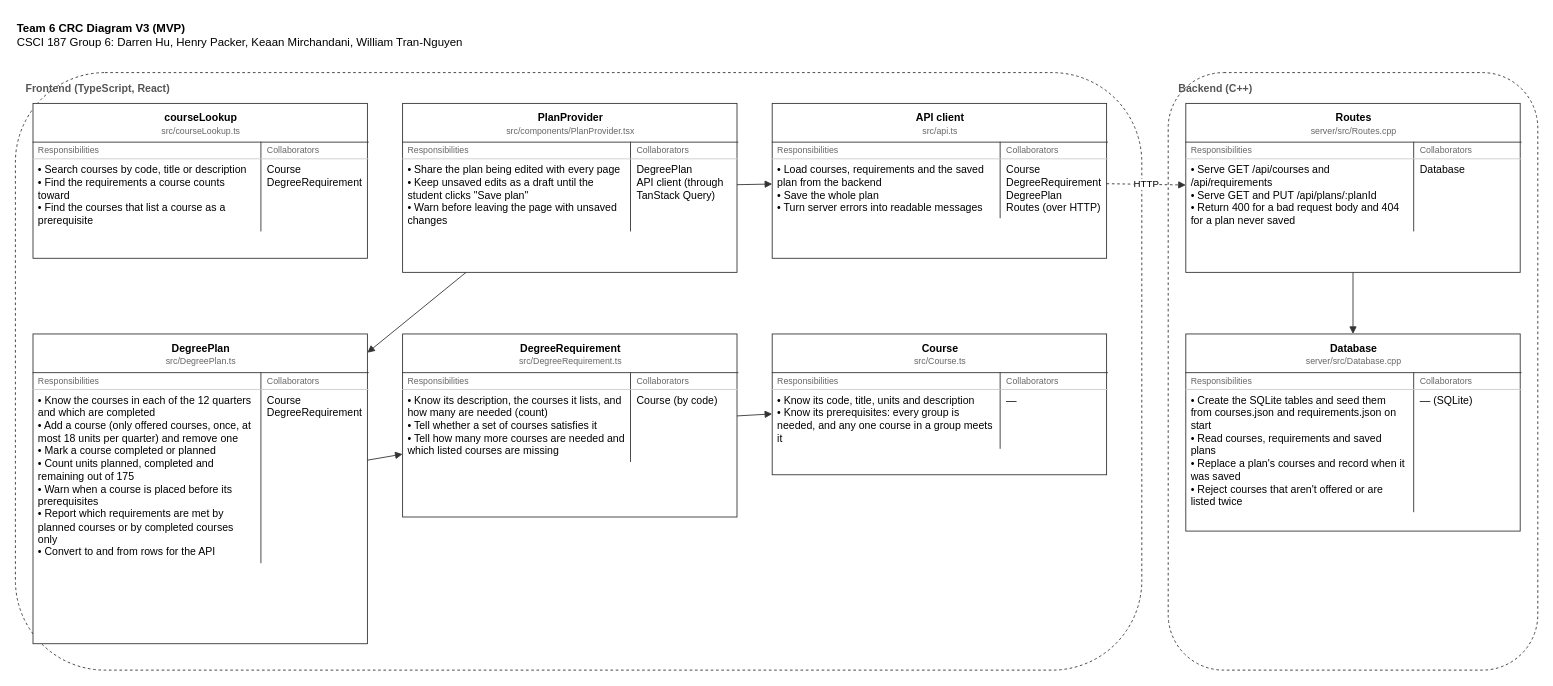
Before: docs/crc-diagram-v3.drawio in Keaanm/csci187-degree-planner, a draw.io diagram. Source tidied: cells renumbered, new cells numbered last; positions are measured from the earlier drawing's top-left corner, leaving out a move shared by most shapes. Both pictures are drawn from the tidied source at 88%, with x=0, y=0 at pixel (15, 15).
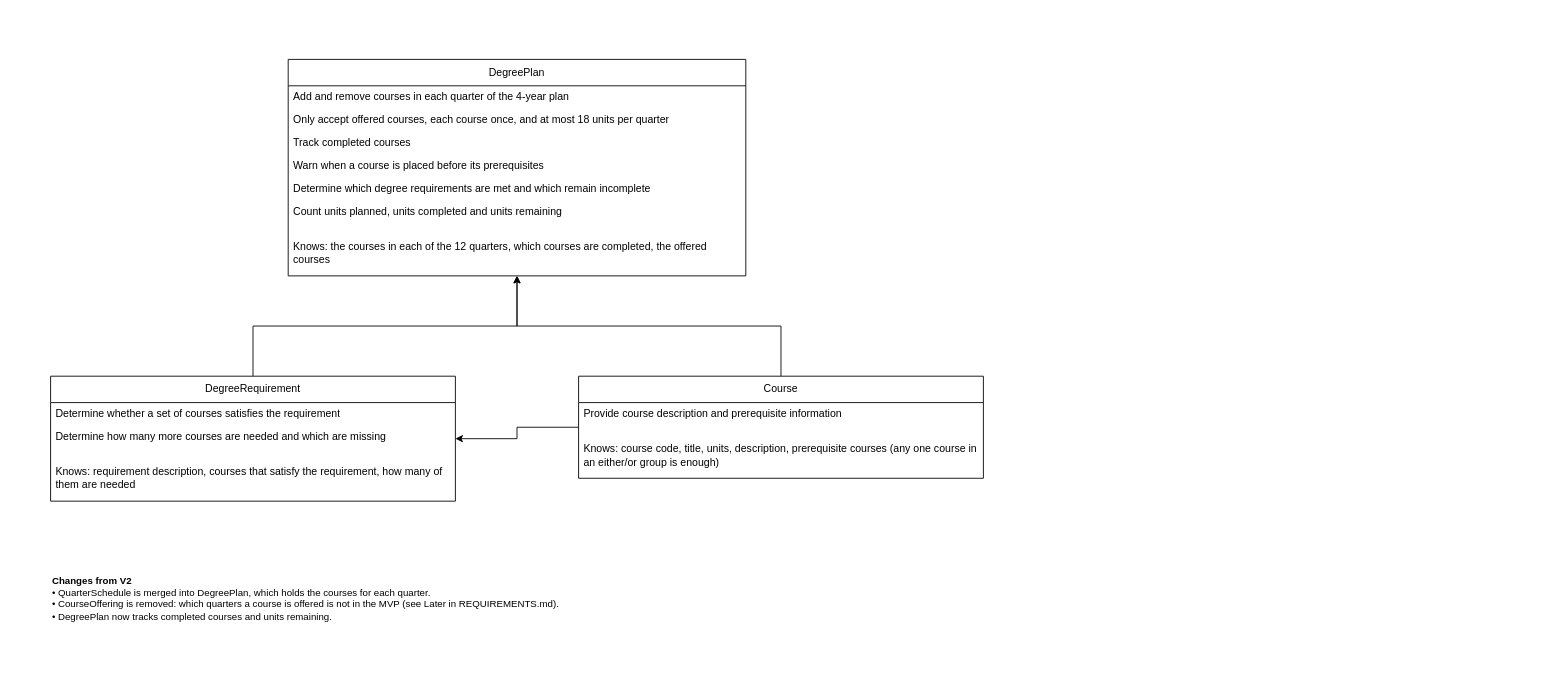
Above is the later version.

Commit message:
Redo CRC diagram V3 in the course's format

Same layout as V2 (class name, responsibilities, Knows, child -> parent
arrows), with the classes updated to match the MVP code.

The edit, as a diff of the source:
```diff
@@
-    <mxCell id="2" value="&lt;b&gt;Team 6 CRC Diagram V3 (MVP)&lt;/b&gt;&lt;br&gt;CSCI 187 Group 6: Darren Hu, Henry Packer, Keaan Mirchandani, William Tran-Nguyen" style="text;html=1;align=left;verticalAlign=top;fontSize=13;" parent="1" vertex="1">
-      <mxGeometry width="800" height="50" as="geometry" />
+    <mxCell id="2" value="DegreePlan" style="swimlane;fontStyle=0;horizontal=1;startSize=30;whiteSpace=wrap;html=1;fillColor=#ffffff;strokeColor=#000000;fontColor=#000000;" parent="1" vertex="1">
+      <mxGeometry x="310" y="50" width="520" height="246" as="geometry" />
     </mxCell>
-    <mxCell id="3" value="Frontend (TypeScript, React)" style="rounded=1;dashed=1;fillColor=none;html=1;verticalAlign=top;align=left;spacingLeft=10;spacingTop=4;fontStyle=1;fontColor=#555555;strokeColor=#333333;" parent="1" vertex="1">
-      <mxGeometry y="65" width="1280" height="679" as="geometry" />
-    </mxCell>
-    <mxCell id="4" value="Backend (C++)" style="rounded=1;dashed=1;fillColor=none;html=1;verticalAlign=top;align=left;spacingLeft=10;spacingTop=4;fontStyle=1;fontColor=#555555;strokeColor=#333333;" parent="1" vertex="1">
-      <mxGeometry x="1310" y="65" width="420" height="679" as="geometry" />
-    </mxCell>
-    <mxCell id="5" value="&lt;table style=&quot;width:100%;border-collapse:collapse;font-size:12px;&quot;&gt;&lt;tr&gt;&lt;td colspan=&quot;2&quot; style=&quot;text-align:center;padding:5px;border-bottom:1px solid #333;&quot;&gt;&lt;b&gt;courseLookup&lt;/b&gt;&lt;br&gt;&lt;span style=&quot;font-size:10px;color:#666;&quot;&gt;src/courseLookup.ts&lt;/span&gt;&lt;/td&gt;&lt;/tr&gt;&lt;tr&gt;&lt;td style=&quot;font-size:10px;color:#666;padding:3px 6px;border-right:1px solid #333;border-bottom:1px solid #ccc;&quot;&gt;Responsibilities&lt;/td&gt;&lt;td style=&quot;font-size:10px;color:#666;padding:3px 6px;border-bottom:1px solid #ccc;&quot;&gt;Collaborators&lt;/td&gt;&lt;/tr&gt;&lt;tr&gt;&lt;td style=&quot;vertical-align:top;padding:5px 6px;width:68%;border-right:1px solid #333;&quot;&gt;• Search courses by code, title or description&lt;br&gt;• Find the requirements a course counts toward&lt;br&gt;• Find the courses that list a course as a prerequisite&lt;/td&gt;&lt;td style=&quot;vertical-align:top;padding:5px 6px;&quot;&gt;Course&lt;br&gt;DegreeRequirement&lt;/td&gt;&lt;/tr&gt;&lt;/table&gt;" style="rounded=0;whiteSpace=wrap;html=1;align=left;verticalAlign=top;spacing=0;fillColor=#ffffff;fontSize=12;strokeColor=#333333;" parent="1" vertex="1">
-      <mxGeometry x="20" y="100" width="380" height="176" as="geometry" />
+    <mxCell id="5" value="Add and remove courses in each quarter of the 4-year plan" style="text;strokeColor=none;fillColor=none;align=left;verticalAlign=middle;spacingLeft=4;spacingRight=4;overflow=hidden;whiteSpace=wrap;html=1;fontColor=#000000;" parent="2" vertex="1">
+      <mxGeometry y="30" width="520" height="26" as="geometry" />
     </mxCell>
-    <mxCell id="6" value="&lt;table style=&quot;width:100%;border-collapse:collapse;font-size:12px;&quot;&gt;&lt;tr&gt;&lt;td colspan=&quot;2&quot; style=&quot;text-align:center;padding:5px;border-bottom:1px solid #333;&quot;&gt;&lt;b&gt;PlanProvider&lt;/b&gt;&lt;br&gt;&lt;span style=&quot;font-size:10px;color:#666;&quot;&gt;src/components/PlanProvider.tsx&lt;/span&gt;&lt;/td&gt;&lt;/tr&gt;&lt;tr&gt;&lt;td style=&quot;font-size:10px;color:#666;padding:3px 6px;border-right:1px solid #333;border-bottom:1px solid #ccc;&quot;&gt;Responsibilities&lt;/td&gt;&lt;td style=&quot;font-size:10px;color:#666;padding:3px 6px;border-bottom:1px solid #ccc;&quot;&gt;Collaborators&lt;/td&gt;&lt;/tr&gt;&lt;tr&gt;&lt;td style=&quot;vertical-align:top;padding:5px 6px;width:68%;border-right:1px solid #333;&quot;&gt;• Share the plan being edited with every page&lt;br&gt;• Keep unsaved edits as a draft until the student clicks &amp;quot;Save plan&amp;quot;&lt;br&gt;• Warn before leaving the page with unsaved changes&lt;/td&gt;&lt;td style=&quot;vertical-align:top;padding:5px 6px;&quot;&gt;DegreePlan&lt;br&gt;API client (through TanStack Query)&lt;/td&gt;&lt;/tr&gt;&lt;/table&gt;" style="rounded=0;whiteSpace=wrap;html=1;align=left;verticalAlign=top;spacing=0;fillColor=#ffffff;fontSize=12;strokeColor=#333333;" parent="1" vertex="1">
-      <mxGeometry x="440" y="100" width="380" height="192" as="geometry" />
+    <mxCell id="6" value="Only accept offered courses, each course once, and at most 18 units per quarter" style="text;strokeColor=none;fillColor=none;align=left;verticalAlign=middle;spacingLeft=4;spacingRight=4;overflow=hidden;points=[[0,0.5],[1,0.5]];portConstraint=eastwest;whiteSpace=wrap;html=1;fontColor=#000000;" parent="2" vertex="1">
+      <mxGeometry y="56" width="520" height="26" as="geometry" />
     </mxCell>
-    <mxCell id="7" value="&lt;table style=&quot;width:100%;border-collapse:collapse;font-size:12px;&quot;&gt;&lt;tr&gt;&lt;td colspan=&quot;2&quot; style=&quot;text-align:center;padding:5px;border-bottom:1px solid #333;&quot;&gt;&lt;b&gt;API client&lt;/b&gt;&lt;br&gt;&lt;span style=&quot;font-size:10px;color:#666;&quot;&gt;src/api.ts&lt;/span&gt;&lt;/td&gt;&lt;/tr&gt;&lt;tr&gt;&lt;td style=&quot;font-size:10px;color:#666;padding:3px 6px;border-right:1px solid #333;border-bottom:1px solid #ccc;&quot;&gt;Responsibilities&lt;/td&gt;&lt;td style=&quot;font-size:10px;color:#666;padding:3px 6px;border-bottom:1px solid #ccc;&quot;&gt;Collaborators&lt;/td&gt;&lt;/tr&gt;&lt;tr&gt;&lt;td style=&quot;vertical-align:top;padding:5px 6px;width:68%;border-right:1px solid #333;&quot;&gt;• Load courses, requirements and the saved plan from the backend&lt;br&gt;• Save the whole plan&lt;br&gt;• Turn server errors into readable messages&lt;/td&gt;&lt;td style=&quot;vertical-align:top;padding:5px 6px;&quot;&gt;Course&lt;br&gt;DegreeRequirement&lt;br&gt;DegreePlan&lt;br&gt;Routes (over HTTP)&lt;/td&gt;&lt;/tr&gt;&lt;/table&gt;" style="rounded=0;whiteSpace=wrap;html=1;align=left;verticalAlign=top;spacing=0;fillColor=#ffffff;fontSize=12;strokeColor=#333333;" parent="1" vertex="1">
-      <mxGeometry x="860" y="100" width="380" height="176" as="geometry" />
+    <mxCell id="7" value="Track completed courses" style="text;strokeColor=none;fillColor=none;align=left;verticalAlign=middle;spacingLeft=4;spacingRight=4;overflow=hidden;points=[[0,0.5],[1,0.5]];portConstraint=eastwest;whiteSpace=wrap;html=1;fontColor=#000000;" parent="2" vertex="1">
+      <mxGeometry y="82" width="520" height="26" as="geometry" />
     </mxCell>
-    <mxCell id="8" value="&lt;table style=&quot;width:100%;border-collapse:collapse;font-size:12px;&quot;&gt;&lt;tr&gt;&lt;td colspan=&quot;2&quot; style=&quot;text-align:center;padding:5px;border-bottom:1px solid #333;&quot;&gt;&lt;b&gt;Routes&lt;/b&gt;&lt;br&gt;&lt;span style=&quot;font-size:10px;color:#666;&quot;&gt;server/src/Routes.cpp&lt;/span&gt;&lt;/td&gt;&lt;/tr&gt;&lt;tr&gt;&lt;td style=&quot;font-size:10px;color:#666;padding:3px 6px;border-right:1px solid #333;border-bottom:1px solid #ccc;&quot;&gt;Responsibilities&lt;/td&gt;&lt;td style=&quot;font-size:10px;color:#666;padding:3px 6px;border-bottom:1px solid #ccc;&quot;&gt;Collaborators&lt;/td&gt;&lt;/tr&gt;&lt;tr&gt;&lt;td style=&quot;vertical-align:top;padding:5px 6px;width:68%;border-right:1px solid #333;&quot;&gt;• Serve GET /api/courses and /api/requirements&lt;br&gt;• Serve GET and PUT /api/plans/:planId&lt;br&gt;• Return 400 for a bad request body and 404 for a plan never saved&lt;/td&gt;&lt;td style=&quot;vertical-align:top;padding:5px 6px;&quot;&gt;Database&lt;/td&gt;&lt;/tr&gt;&lt;/table&gt;" style="rounded=0;whiteSpace=wrap;html=1;align=left;verticalAlign=top;spacing=0;fillColor=#ffffff;fontSize=12;strokeColor=#333333;" parent="1" vertex="1">
-      <mxGeometry x="1330" y="100" width="380" height="192" as="geometry" />
+    <mxCell id="8" value="Warn when a course is placed before its prerequisites" style="text;strokeColor=none;fillColor=none;align=left;verticalAlign=middle;spacingLeft=4;spacingRight=4;overflow=hidden;points=[[0,0.5],[1,0.5]];portConstraint=eastwest;whiteSpace=wrap;html=1;fontColor=#000000;" parent="2" vertex="1">
+      <mxGeometry y="108" width="520" height="26" as="geometry" />
     </mxCell>
-    <mxCell id="9" value="&lt;table style=&quot;width:100%;border-collapse:collapse;font-size:12px;&quot;&gt;&lt;tr&gt;&lt;td colspan=&quot;2&quot; style=&quot;text-align:center;padding:5px;border-bottom:1px solid #333;&quot;&gt;&lt;b&gt;DegreePlan&lt;/b&gt;&lt;br&gt;&lt;span style=&quot;font-size:10px;color:#666;&quot;&gt;src/DegreePlan.ts&lt;/span&gt;&lt;/td&gt;&lt;/tr&gt;&lt;tr&gt;&lt;td style=&quot;font-size:10px;color:#666;padding:3px 6px;border-right:1px solid #333;border-bottom:1px solid #ccc;&quot;&gt;Responsibilities&lt;/td&gt;&lt;td style=&quot;font-size:10px;color:#666;padding:3px 6px;border-bottom:1px solid #ccc;&quot;&gt;Collaborators&lt;/td&gt;&lt;/tr&gt;&lt;tr&gt;&lt;td style=&quot;vertical-align:top;padding:5px 6px;width:68%;border-right:1px solid #333;&quot;&gt;• Know the courses in each of the 12 quarters and which are completed&lt;br&gt;• Add a course (only offered courses, once, at most 18 units per quarter) and remove one&lt;br&gt;• Mark a course completed or planned&lt;br&gt;• Count units planned, completed and remaining out of 175&lt;br&gt;• Warn when a course is placed before its prerequisites&lt;br&gt;• Report which requirements are met by planned courses or by completed courses only&lt;br&gt;• Convert to and from rows for the API&lt;/td&gt;&lt;td style=&quot;vertical-align:top;padding:5px 6px;&quot;&gt;Course&lt;br&gt;DegreeRequirement&lt;/td&gt;&lt;/tr&gt;&lt;/table&gt;" style="rounded=0;whiteSpace=wrap;html=1;align=left;verticalAlign=top;spacing=0;fillColor=#ffffff;fontSize=12;strokeColor=#333333;" parent="1" vertex="1">
-      <mxGeometry x="20" y="362" width="380" height="352" as="geometry" />
+    <mxCell id="9" value="Determine which degree requirements are met and which remain incomplete" style="text;strokeColor=none;fillColor=none;align=left;verticalAlign=middle;spacingLeft=4;spacingRight=4;overflow=hidden;points=[[0,0.5],[1,0.5]];portConstraint=eastwest;whiteSpace=wrap;html=1;fontColor=#000000;" parent="2" vertex="1">
+      <mxGeometry y="134" width="520" height="26" as="geometry" />
     </mxCell>
-    <mxCell id="10" value="&lt;table style=&quot;width:100%;border-collapse:collapse;font-size:12px;&quot;&gt;&lt;tr&gt;&lt;td colspan=&quot;2&quot; style=&quot;text-align:center;padding:5px;border-bottom:1px solid #333;&quot;&gt;&lt;b&gt;DegreeRequirement&lt;/b&gt;&lt;br&gt;&lt;span style=&quot;font-size:10px;color:#666;&quot;&gt;src/DegreeRequirement.ts&lt;/span&gt;&lt;/td&gt;&lt;/tr&gt;&lt;tr&gt;&lt;td style=&quot;font-size:10px;color:#666;padding:3px 6px;border-right:1px solid #333;border-bottom:1px solid #ccc;&quot;&gt;Responsibilities&lt;/td&gt;&lt;td style=&quot;font-size:10px;color:#666;padding:3px 6px;border-bottom:1px solid #ccc;&quot;&gt;Collaborators&lt;/td&gt;&lt;/tr&gt;&lt;tr&gt;&lt;td style=&quot;vertical-align:top;padding:5px 6px;width:68%;border-right:1px solid #333;&quot;&gt;• Know its description, the courses it lists, and how many are needed (count)&lt;br&gt;• Tell whether a set of courses satisfies it&lt;br&gt;• Tell how many more courses are needed and which listed courses are missing&lt;/td&gt;&lt;td style=&quot;vertical-align:top;padding:5px 6px;&quot;&gt;Course (by code)&lt;/td&gt;&lt;/tr&gt;&lt;/table&gt;" style="rounded=0;whiteSpace=wrap;html=1;align=left;verticalAlign=top;spacing=0;fillColor=#ffffff;fontSize=12;strokeColor=#333333;" parent="1" vertex="1">
-      <mxGeometry x="440" y="362" width="380" height="208" as="geometry" />
+    <mxCell id="10" value="Count units planned, units completed and units remaining" style="text;strokeColor=none;fillColor=none;align=left;verticalAlign=middle;spacingLeft=4;spacingRight=4;overflow=hidden;points=[[0,0.5],[1,0.5]];portConstraint=eastwest;whiteSpace=wrap;html=1;fontColor=#000000;" parent="2" vertex="1">
+      <mxGeometry y="160" width="520" height="26" as="geometry" />
     </mxCell>
-    <mxCell id="11" value="&lt;table style=&quot;width:100%;border-collapse:collapse;font-size:12px;&quot;&gt;&lt;tr&gt;&lt;td colspan=&quot;2&quot; style=&quot;text-align:center;padding:5px;border-bottom:1px solid #333;&quot;&gt;&lt;b&gt;Course&lt;/b&gt;&lt;br&gt;&lt;span style=&quot;font-size:10px;color:#666;&quot;&gt;src/Course.ts&lt;/span&gt;&lt;/td&gt;&lt;/tr&gt;&lt;tr&gt;&lt;td style=&quot;font-size:10px;color:#666;padding:3px 6px;border-right:1px solid #333;border-bottom:1px solid #ccc;&quot;&gt;Responsibilities&lt;/td&gt;&lt;td style=&quot;font-size:10px;color:#666;padding:3px 6px;border-bottom:1px solid #ccc;&quot;&gt;Collaborators&lt;/td&gt;&lt;/tr&gt;&lt;tr&gt;&lt;td style=&quot;vertical-align:top;padding:5px 6px;width:68%;border-right:1px solid #333;&quot;&gt;• Know its code, title, units and description&lt;br&gt;• Know its prerequisites: every group is needed, and any one course in a group meets it&lt;/td&gt;&lt;td style=&quot;vertical-align:top;padding:5px 6px;&quot;&gt;—&lt;/td&gt;&lt;/tr&gt;&lt;/table&gt;" style="rounded=0;whiteSpace=wrap;html=1;align=left;verticalAlign=top;spacing=0;fillColor=#ffffff;fontSize=12;strokeColor=#333333;" parent="1" vertex="1">
-      <mxGeometry x="860" y="362" width="380" height="160" as="geometry" />
+    <mxCell id="11" style="text;strokeColor=none;fillColor=none;align=left;verticalAlign=middle;spacingLeft=4;spacingRight=4;overflow=hidden;points=[[0,0.5],[1,0.5]];portConstraint=eastwest;whiteSpace=wrap;html=1;fontColor=#000000;" parent="2" vertex="1">
+      <mxGeometry y="186" width="520" height="8" as="geometry" />
     </mxCell>
-    <mxCell id="12" value="&lt;table style=&quot;width:100%;border-collapse:collapse;font-size:12px;&quot;&gt;&lt;tr&gt;&lt;td colspan=&quot;2&quot; style=&quot;text-align:center;padding:5px;border-bottom:1px solid #333;&quot;&gt;&lt;b&gt;Database&lt;/b&gt;&lt;br&gt;&lt;span style=&quot;font-size:10px;color:#666;&quot;&gt;server/src/Database.cpp&lt;/span&gt;&lt;/td&gt;&lt;/tr&gt;&lt;tr&gt;&lt;td style=&quot;font-size:10px;color:#666;padding:3px 6px;border-right:1px solid #333;border-bottom:1px solid #ccc;&quot;&gt;Responsibilities&lt;/td&gt;&lt;td style=&quot;font-size:10px;color:#666;padding:3px 6px;border-bottom:1px solid #ccc;&quot;&gt;Collaborators&lt;/td&gt;&lt;/tr&gt;&lt;tr&gt;&lt;td style=&quot;vertical-align:top;padding:5px 6px;width:68%;border-right:1px solid #333;&quot;&gt;• Create the SQLite tables and seed them from courses.json and requirements.json on start&lt;br&gt;• Read courses, requirements and saved plans&lt;br&gt;• Replace a plan&amp;#x27;s courses and record when it was saved&lt;br&gt;• Reject courses that aren&amp;#x27;t offered or are listed twice&lt;/td&gt;&lt;td style=&quot;vertical-align:top;padding:5px 6px;&quot;&gt;— (SQLite)&lt;/td&gt;&lt;/tr&gt;&lt;/table&gt;" style="rounded=0;whiteSpace=wrap;html=1;align=left;verticalAlign=top;spacing=0;fillColor=#ffffff;fontSize=12;strokeColor=#333333;" parent="1" vertex="1">
-      <mxGeometry x="1330" y="362" width="380" height="224" as="geometry" />
+    <mxCell id="12" value="Knows: the courses in each of the 12 quarters, which courses are completed, the offered courses" style="text;strokeColor=none;fillColor=none;align=left;verticalAlign=middle;spacingLeft=4;spacingRight=4;overflow=hidden;points=[[0,0.5],[1,0.5]];portConstraint=eastwest;whiteSpace=wrap;html=1;fontColor=#000000;" parent="2" vertex="1">
+      <mxGeometry y="194" width="520" height="52" as="geometry" />
     </mxCell>
+    <mxCell id="3" value="DegreeRequirement" style="swimlane;fontStyle=0;horizontal=1;startSize=30;whiteSpace=wrap;html=1;fillColor=#ffffff;strokeColor=#000000;fontColor=#000000;" parent="1" vertex="1">
+      <mxGeometry x="40" y="410" width="460" height="142" as="geometry" />
+    </mxCell>
+    <mxCell id="4" value="Determine whether a set of courses satisfies the requirement" style="text;strokeColor=none;fillColor=none;align=left;verticalAlign=middle;spacingLeft=4;spacingRight=4;overflow=hidden;whiteSpace=wrap;html=1;fontColor=#000000;" parent="3" vertex="1">
+      <mxGeometry y="30" width="460" height="26" as="geometry" />
+    </mxCell>
-    <mxCell id="13" style="endArrow=block;endFill=1;html=1;rounded=0;strokeColor=#333333;" parent="1" edge="1" source="6" target="7">
-      <mxGeometry relative="1" as="geometry" />
+    <mxCell id="13" value="Determine how many more courses are needed and which are missing" style="text;strokeColor=none;fillColor=none;align=left;verticalAlign=middle;spacingLeft=4;spacingRight=4;overflow=hidden;whiteSpace=wrap;html=1;fontColor=#000000;" parent="3" vertex="1">
+      <mxGeometry y="56" width="460" height="26" as="geometry" />
     </mxCell>
-    <mxCell id="14" value="HTTP" style="endArrow=block;endFill=1;html=1;rounded=0;strokeColor=#333333;dashed=1;" parent="1" edge="1" source="7" target="8">
-      <mxGeometry relative="1" as="geometry" />
+    <mxCell id="14" style="text;strokeColor=none;fillColor=none;align=left;verticalAlign=middle;spacingLeft=4;spacingRight=4;overflow=hidden;whiteSpace=wrap;html=1;fontColor=#000000;" parent="3" vertex="1">
+      <mxGeometry y="82" width="460" height="8" as="geometry" />
     </mxCell>
-    <mxCell id="15" style="endArrow=block;endFill=1;html=1;rounded=0;strokeColor=#333333;" parent="1" edge="1" source="8" target="12">
-      <mxGeometry relative="1" as="geometry" />
+    <mxCell id="15" value="Knows: requirement description, courses that satisfy the requirement, how many of them are needed" style="text;strokeColor=none;fillColor=none;align=left;verticalAlign=middle;spacingLeft=4;spacingRight=4;overflow=hidden;whiteSpace=wrap;html=1;fontColor=#000000;" parent="3" vertex="1">
+      <mxGeometry y="90" width="460" height="52" as="geometry" />
     </mxCell>
-    <mxCell id="16" style="endArrow=block;endFill=1;html=1;rounded=0;strokeColor=#333333;" parent="1" edge="1" source="6" target="9">
-      <mxGeometry relative="1" as="geometry" />
+    <mxCell id="16" value="Course" style="swimlane;fontStyle=0;horizontal=1;startSize=30;whiteSpace=wrap;html=1;fillColor=#ffffff;strokeColor=#000000;fontColor=#000000;" parent="1" vertex="1">
+      <mxGeometry x="640" y="410" width="460" height="116" as="geometry" />
     </mxCell>
-    <mxCell id="17" style="endArrow=block;endFill=1;html=1;rounded=0;strokeColor=#333333;" parent="1" edge="1" source="9" target="10">
-      <mxGeometry relative="1" as="geometry" />
+    <mxCell id="17" value="Provide course description and prerequisite information" style="text;strokeColor=none;fillColor=none;align=left;verticalAlign=middle;spacingLeft=4;spacingRight=4;overflow=hidden;whiteSpace=wrap;html=1;fontColor=#000000;" parent="16" vertex="1">
+      <mxGeometry y="30" width="460" height="26" as="geometry" />
     </mxCell>
-    <mxCell id="18" style="endArrow=block;endFill=1;html=1;rounded=0;strokeColor=#333333;" parent="1" edge="1" source="10" target="11">
-      <mxGeometry relative="1" as="geometry" />
+    <mxCell id="18" style="text;strokeColor=none;fillColor=none;align=left;verticalAlign=middle;spacingLeft=4;spacingRight=4;overflow=hidden;whiteSpace=wrap;html=1;fontColor=#000000;" parent="16" vertex="1">
+      <mxGeometry y="56" width="460" height="8" as="geometry" />
     </mxCell>
+    <mxCell id="19" value="Knows: course code, title, units, description, prerequisite courses (any one course in an either/or group is enough)" style="text;strokeColor=none;fillColor=none;align=left;verticalAlign=middle;spacingLeft=4;spacingRight=4;overflow=hidden;whiteSpace=wrap;html=1;fontColor=#000000;" parent="16" vertex="1">
+      <mxGeometry y="64" width="460" height="52" as="geometry" />
+    </mxCell>
+    <mxCell id="20" style="edgeStyle=orthogonalEdgeStyle;rounded=0;html=1;endArrow=classic;endFill=1;strokeColor=#000000;" parent="1" edge="1" source="3" target="2">
+      <mxGeometry relative="1" as="geometry" />
+    </mxCell>
+    <mxCell id="21" style="edgeStyle=orthogonalEdgeStyle;rounded=0;html=1;endArrow=classic;endFill=1;strokeColor=#000000;" parent="1" edge="1" source="16" target="2">
+      <mxGeometry relative="1" as="geometry" />
+    </mxCell>
+    <mxCell id="22" style="edgeStyle=orthogonalEdgeStyle;rounded=0;html=1;endArrow=classic;endFill=1;strokeColor=#000000;" parent="1" edge="1" source="16" target="3">
+      <mxGeometry relative="1" as="geometry" />
+    </mxCell>
+    <mxCell id="23" value="&lt;b&gt;Changes from V2&lt;/b&gt;&lt;br&gt;• QuarterSchedule is merged into DegreePlan, which holds the courses for each quarter.&lt;br&gt;• CourseOffering is removed: which quarters a course is offered is not in the MVP (see Later in REQUIREMENTS.md).&lt;br&gt;• DegreePlan now tracks completed courses and units remaining." style="text;html=1;align=left;verticalAlign=top;whiteSpace=wrap;fontSize=11;fontColor=#000000;" parent="1" vertex="1">
+      <mxGeometry x="40" y="630" width="1060" height="70" as="geometry" />
+    </mxCell>
```
